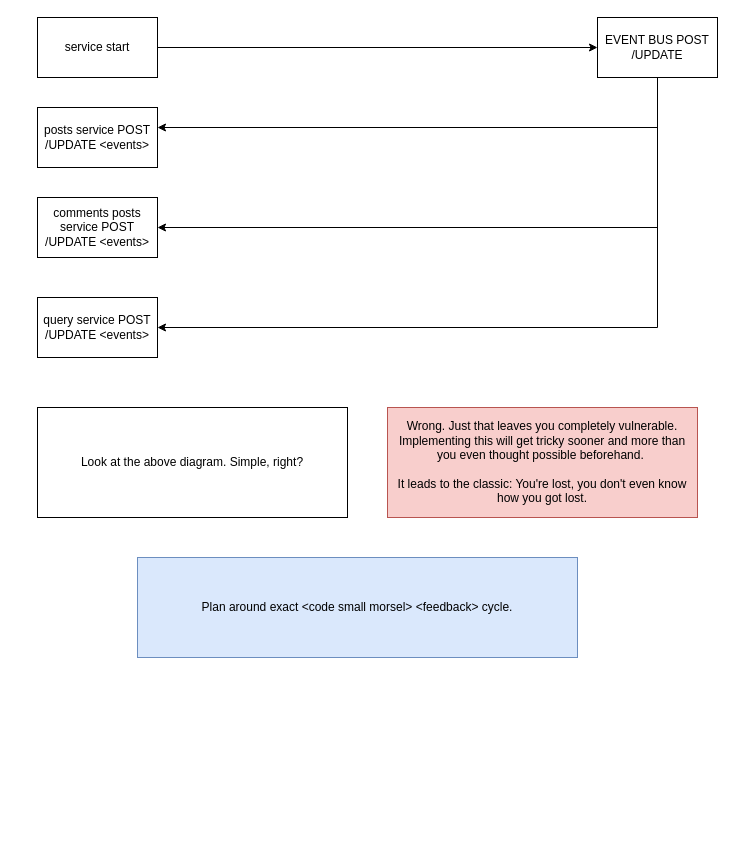
Above: micro-services-SYNC.drawio in munrhalls/microservices-learning (draw.io), before the change. Source tidied: cells renumbered, new cells numbered last; positions are measured from the earlier drawing's top-left corner, leaving out a move shared by most shapes. Both pictures are drawn from the tidied source at 100%, with x=0, y=0 at pixel (37, 17).
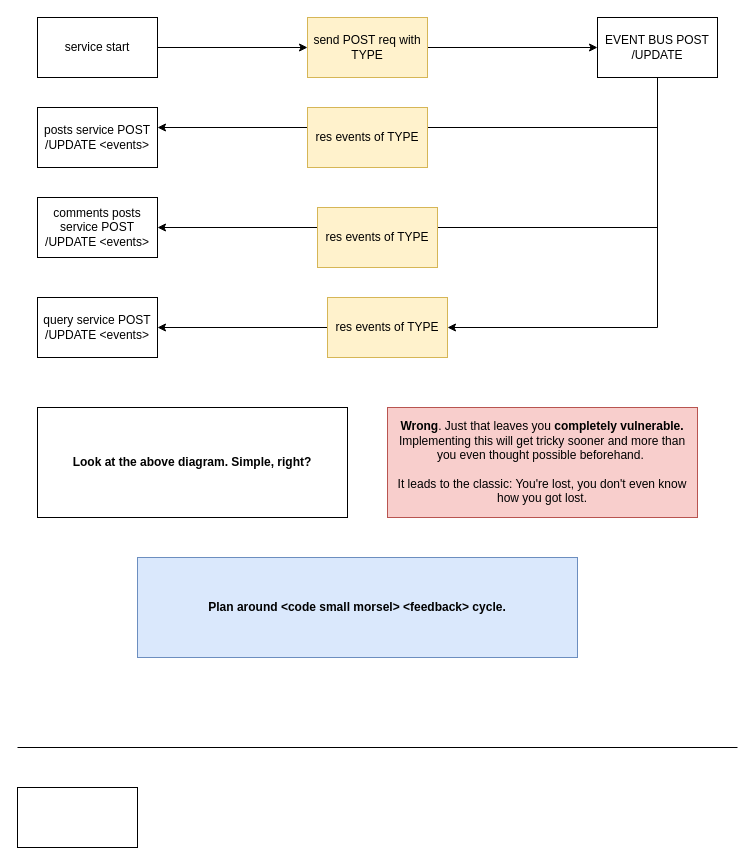
The same page after the edit.

The change refers to these unchanged cells:
```xml
<mxCell id="3" value="service start" style="rounded=0;whiteSpace=wrap;html=1;" parent="1" vertex="1">
  <mxGeometry width="120" height="60" as="geometry" />
</mxCell>
<mxCell id="7" value="EVENT BUS POST /UPDATE" style="rounded=0;whiteSpace=wrap;html=1;" parent="1" vertex="1">
  <mxGeometry x="560" width="120" height="60" as="geometry" />
</mxCell>
```

Diff of the diagram source:
```diff
@@
-    <mxCell id="2" style="edgeStyle=orthogonalEdgeStyle;rounded=0;jettySize=auto;html=1;" parent="1" edge="1" source="3" target="7">
+    <mxCell id="2" style="edgeStyle=orthogonalEdgeStyle;rounded=0;jettySize=auto;html=1;" parent="1" edge="1" source="18" target="7">
       <mxGeometry relative="1" as="geometry" />
     </mxCell>
@@
-    <mxCell id="11" style="edgeStyle=orthogonalEdgeStyle;rounded=0;orthogonalLoop=1;jettySize=auto;html=1;" parent="1" edge="1">
+    <mxCell id="11" style="edgeStyle=orthogonalEdgeStyle;rounded=0;jettySize=auto;html=1;" parent="1" edge="1" source="22">
       <mxGeometry relative="1" as="geometry">
-        <mxPoint x="630" y="60" as="sourcePoint" />
         <mxPoint x="120" y="310" as="targetPoint" />
-        <Array as="points">
-          <mxPoint x="620" y="60" />
-          <mxPoint x="620" y="310" />
-        </Array>
       </mxGeometry>
     </mxCell>
-    <mxCell id="12" value="Look at the above diagram. Simple, right?" style="rounded=0;whiteSpace=wrap;html=1;" parent="1" vertex="1">
+    <mxCell id="12" value="Look at the above diagram. Simple, right?" style="rounded=0;whiteSpace=wrap;html=1;fontStyle=1;" parent="1" vertex="1">
       <mxGeometry y="390" width="310" height="110" as="geometry" />
     </mxCell>
-    <mxCell id="13" value="Wrong. Just that leaves you completely vulnerable. Implementing this will get tricky sooner and more than you even thought possible beforehand.&amp;nbsp;&lt;br&gt;&lt;br&gt;It leads to the classic: You're lost, you don't even know how you got lost." style="rounded=0;whiteSpace=wrap;html=1;fillColor=#f8cecc;strokeColor=#b85450;" parent="1" vertex="1">
+    <mxCell id="13" value="&lt;b&gt;Wrong&lt;/b&gt;. Just that leaves you &lt;b&gt;completely vulnerable.&lt;/b&gt; Implementing this will get tricky sooner and more than you even thought possible beforehand.&amp;nbsp;&lt;br&gt;&lt;br&gt;It leads to the classic: You're lost, you don't even know how you got lost." style="rounded=0;whiteSpace=wrap;html=1;fillColor=#f8cecc;strokeColor=#b85450;" parent="1" vertex="1">
       <mxGeometry x="350" y="390" width="310" height="110" as="geometry" />
     </mxCell>
-    <mxCell id="14" value="Plan around exact &amp;lt;code small morsel&amp;gt; &amp;lt;feedback&amp;gt; cycle." style="rounded=0;whiteSpace=wrap;html=1;fillColor=#dae8fc;strokeColor=#6c8ebf;" parent="1" vertex="1">
+    <mxCell id="14" value="&lt;b&gt;Plan around &amp;lt;code small morsel&amp;gt; &amp;lt;feedback&amp;gt; cycle.&lt;/b&gt;" style="rounded=0;whiteSpace=wrap;html=1;fillColor=#dae8fc;strokeColor=#6c8ebf;" parent="1" vertex="1">
       <mxGeometry x="100" y="540" width="440" height="100" as="geometry" />
     </mxCell>
+    <mxCell id="15" style="rounded=0;whiteSpace=wrap;html=1;" parent="1" vertex="1">
+      <mxGeometry x="-20" y="770" width="120" height="60" as="geometry" />
+    </mxCell>
+    <mxCell id="16" style="endArrow=none;html=1;rounded=0;" parent="1" edge="1">
+      <mxGeometry relative="1" as="geometry">
+        <mxPoint x="-20" y="730" as="sourcePoint" />
+        <mxPoint x="700" y="730" as="targetPoint" />
+      </mxGeometry>
+    </mxCell>
+    <mxCell id="17" style="edgeStyle=orthogonalEdgeStyle;rounded=0;jettySize=auto;html=1;" parent="1" edge="1" source="3" target="18">
+      <mxGeometry relative="1" as="geometry" />
+    </mxCell>
+    <mxCell id="18" value="send POST req with TYPE" style="rounded=0;whiteSpace=wrap;html=1;fillColor=#fff2cc;strokeColor=#d6b656;" parent="1" vertex="1">
+      <mxGeometry x="270" width="120" height="60" as="geometry" />
+    </mxCell>
+    <mxCell id="19" value="res events of TYPE" style="rounded=0;whiteSpace=wrap;html=1;fillColor=#fff2cc;strokeColor=#d6b656;" parent="1" vertex="1">
+      <mxGeometry x="270" y="90" width="120" height="60" as="geometry" />
+    </mxCell>
+    <mxCell id="20" value="res events of TYPE" style="rounded=0;whiteSpace=wrap;html=1;fillColor=#fff2cc;strokeColor=#d6b656;" parent="1" vertex="1">
+      <mxGeometry x="280" y="190" width="120" height="60" as="geometry" />
+    </mxCell>
+    <mxCell id="21" style="edgeStyle=orthogonalEdgeStyle;rounded=0;jettySize=auto;html=1;" parent="1" edge="1" target="22">
+      <mxGeometry relative="1" as="geometry">
+        <mxPoint x="630" y="60" as="sourcePoint" />
+        <Array as="points">
+          <mxPoint x="620" y="60" />
+          <mxPoint x="620" y="310" />
+        </Array>
+      </mxGeometry>
+    </mxCell>
+    <mxCell id="22" value="res events of TYPE" style="rounded=0;whiteSpace=wrap;html=1;fillColor=#fff2cc;strokeColor=#d6b656;" parent="1" vertex="1">
+      <mxGeometry x="290" y="280" width="120" height="60" as="geometry" />
+    </mxCell>
```
